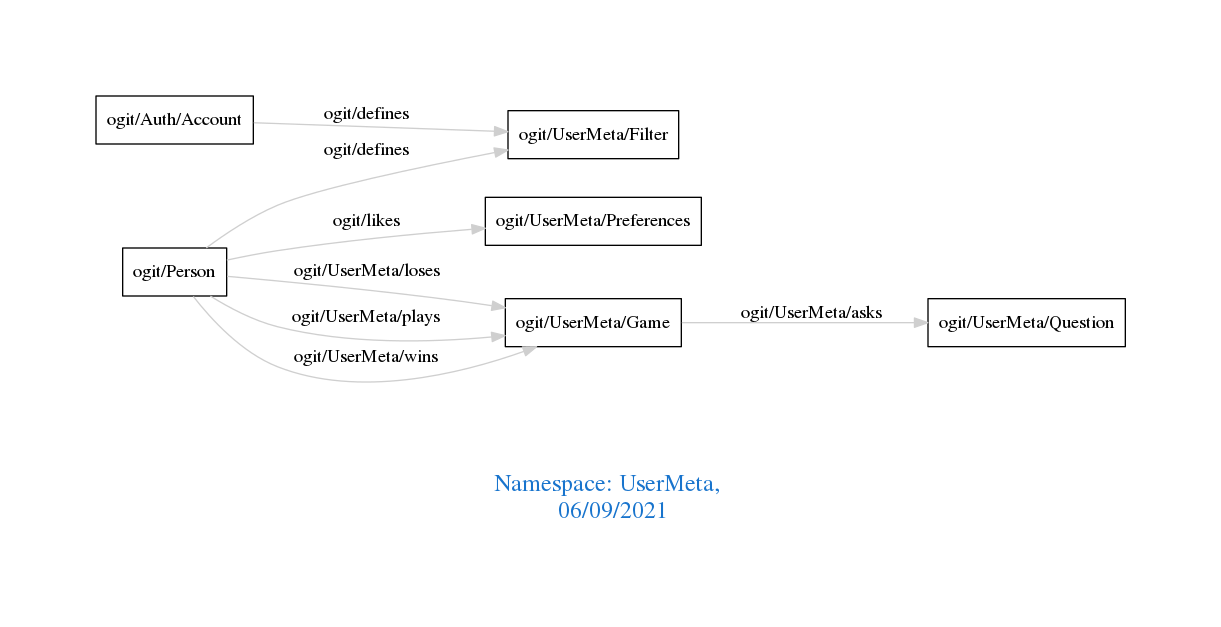
Before: downloads/UserMeta.png, a diagram exported from Graphviz (arago/OGIT). Its source is kept beside it as downloads/UserMeta.dot.
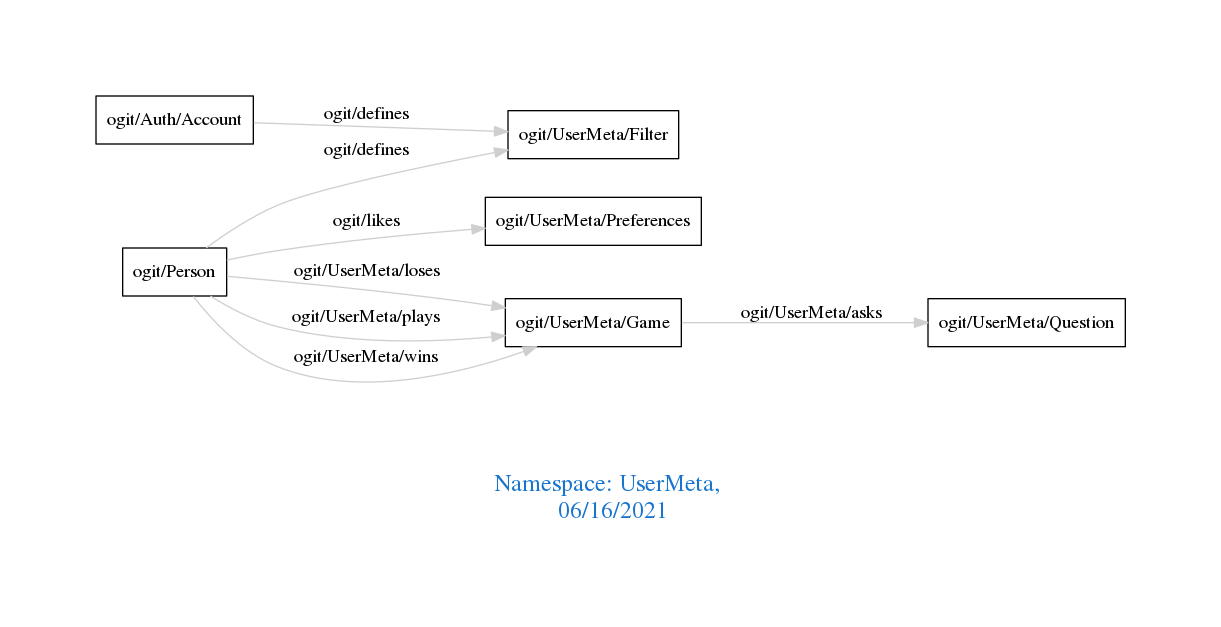
The same file after the commit.

The edit, as a diff of the source:
```diff
@@ -1,7 +1,7 @@
 digraph OGIT_ontology {
  graph [ rankdir= LR,pad=1
 fontsize = 18,
-fontcolor= dodgerblue3,label = "\n\n\nNamespace: UserMeta, \n 06/09/2021"];
+fontcolor= dodgerblue3,label = "\n\n\nNamespace: UserMeta, \n 06/16/2021"];
 node[shape=polygon];
 edge [  color="gray81"];
 
```
